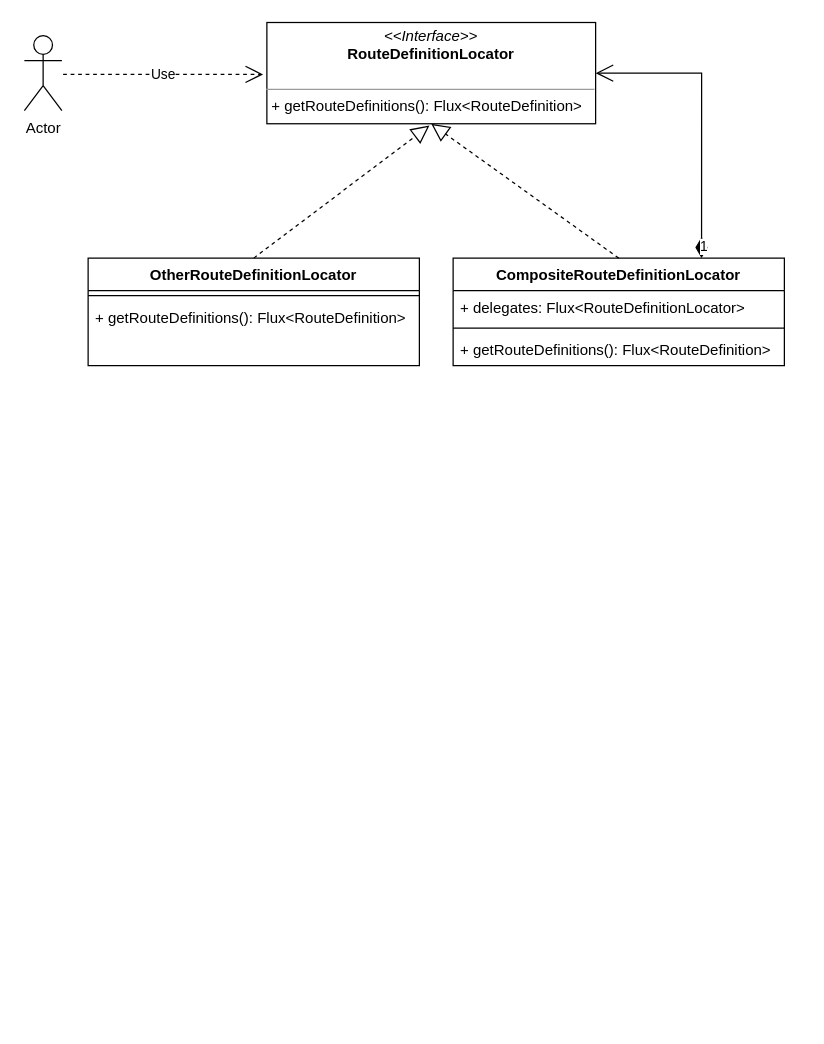
The draw.io diagram gateway路由构建.drawio in ddmcc/draw.io-repo, before the edit. Source tidied: cells renumbered, new cells numbered last; positions are measured from the earlier drawing's top-left corner, leaving out a move shared by most shapes. Both pictures are drawn from the tidied source at 125%, with x=0, y=0 at pixel (24, 21).
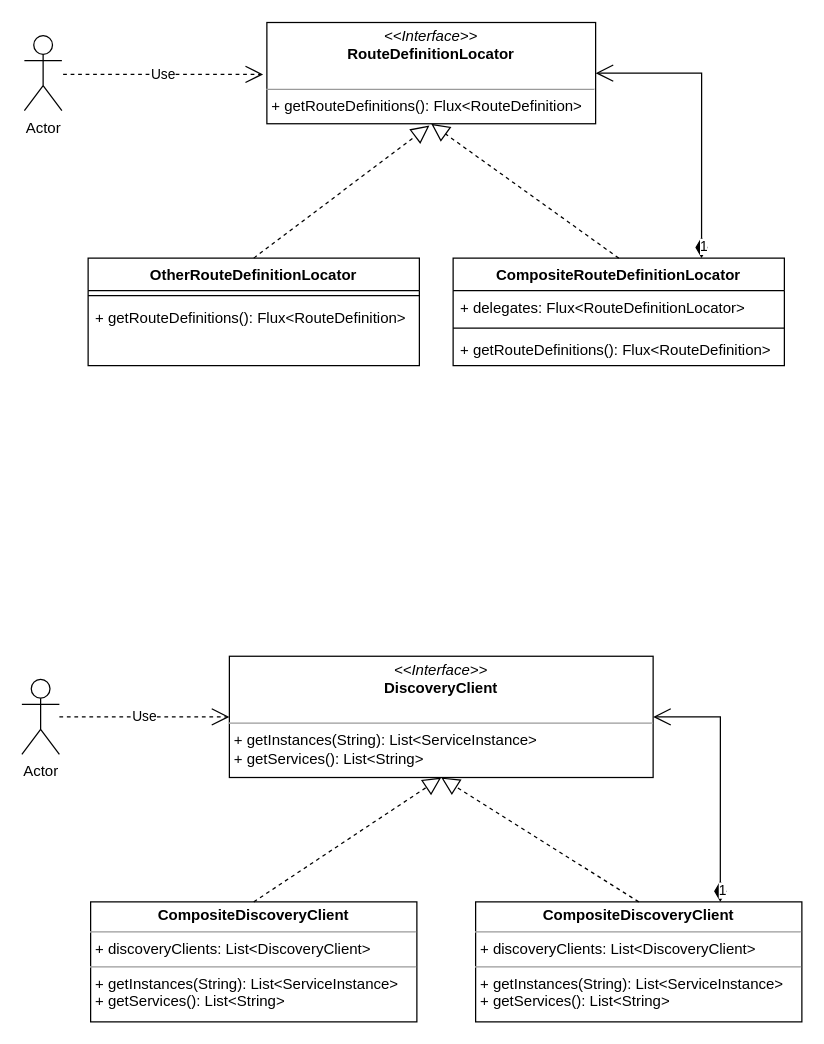
Above is the later version.

Commit message:
更新gateway路由构建.drawio

Change to the diagram source:
```diff
@@
+    <mxCell id="15" value="Actor" style="shape=umlActor;verticalLabelPosition=bottom;verticalAlign=top;html=1;" parent="1" vertex="1">
+      <mxGeometry x="-2" y="526" width="30" height="60" as="geometry" />
+    </mxCell>
+    <mxCell id="16" value="&lt;p style=&quot;margin:0px;margin-top:4px;text-align:center;&quot;&gt;&lt;i&gt;&amp;lt;&amp;lt;Interface&amp;gt;&amp;gt;&lt;/i&gt;&lt;br&gt;&lt;b&gt;DiscoveryClient&lt;/b&gt;&lt;br&gt;&lt;/p&gt;&lt;p style=&quot;margin:0px;margin-left:4px;&quot;&gt;&lt;br&gt;&lt;/p&gt;&lt;hr size=&quot;1&quot;&gt;&lt;p style=&quot;margin:0px;margin-left:4px;&quot;&gt;+ getInstances(String): List&amp;lt;ServiceInstance&amp;gt;&lt;br&gt;+ getServices(): List&amp;lt;String&amp;gt;&lt;/p&gt;" style="verticalAlign=top;align=left;overflow=fill;fontSize=12;fontFamily=Helvetica;html=1;whiteSpace=wrap;" parent="1" vertex="1">
+      <mxGeometry x="164" y="507.5" width="339" height="97" as="geometry" />
+    </mxCell>
+    <mxCell id="17" value="&lt;p style=&quot;margin:0px;margin-top:4px;text-align:center;&quot;&gt;&lt;b&gt;CompositeDiscoveryClient&lt;/b&gt;&lt;br&gt;&lt;/p&gt;&lt;hr size=&quot;1&quot;&gt;&lt;p style=&quot;margin:0px;margin-left:4px;&quot;&gt;+ discoveryClients: List&amp;lt;DiscoveryClient&amp;gt;&lt;/p&gt;&lt;hr size=&quot;1&quot;&gt;&lt;p style=&quot;margin:0px;margin-left:4px;&quot;&gt;+ getInstances(String): List&amp;lt;ServiceInstance&amp;gt;&lt;br style=&quot;border-color: var(--border-color);&quot;&gt;+ getServices(): List&amp;lt;String&amp;gt;&lt;br&gt;&lt;/p&gt;" style="verticalAlign=top;align=left;overflow=fill;fontSize=12;fontFamily=Helvetica;html=1;whiteSpace=wrap;" parent="1" vertex="1">
+      <mxGeometry x="361" y="704" width="261" height="96" as="geometry" />
+    </mxCell>
+    <mxCell id="18" value="&lt;p style=&quot;margin:0px;margin-top:4px;text-align:center;&quot;&gt;&lt;b&gt;CompositeDiscoveryClient&lt;/b&gt;&lt;br&gt;&lt;/p&gt;&lt;hr size=&quot;1&quot;&gt;&lt;p style=&quot;margin:0px;margin-left:4px;&quot;&gt;+ discoveryClients: List&amp;lt;DiscoveryClient&amp;gt;&lt;/p&gt;&lt;hr size=&quot;1&quot;&gt;&lt;p style=&quot;margin:0px;margin-left:4px;&quot;&gt;+ getInstances(String): List&amp;lt;ServiceInstance&amp;gt;&lt;br style=&quot;border-color: var(--border-color);&quot;&gt;+ getServices(): List&amp;lt;String&amp;gt;&lt;br&gt;&lt;/p&gt;" style="verticalAlign=top;align=left;overflow=fill;fontSize=12;fontFamily=Helvetica;html=1;whiteSpace=wrap;" parent="1" vertex="1">
+      <mxGeometry x="53" y="704" width="261" height="96" as="geometry" />
+    </mxCell>
+    <mxCell id="19" value="Use" style="endArrow=open;endSize=12;dashed=1;html=1;rounded=0;entryX=0;entryY=0.5;entryDx=0;entryDy=0;" parent="1" edge="1" source="15" target="16">
+      <mxGeometry relative="1" as="geometry" />
+    </mxCell>
+    <mxCell id="20" style="endArrow=block;dashed=1;endFill=0;endSize=12;html=1;rounded=0;exitX=0.5;exitY=0;exitDx=0;exitDy=0;entryX=0.5;entryY=1;entryDx=0;entryDy=0;" parent="1" edge="1" source="18" target="16">
+      <mxGeometry relative="1" as="geometry" />
+    </mxCell>
+    <mxCell id="21" style="endArrow=block;dashed=1;endFill=0;endSize=12;html=1;rounded=0;exitX=0.5;exitY=0;exitDx=0;exitDy=0;entryX=0.5;entryY=1;entryDx=0;entryDy=0;" parent="1" edge="1" source="17" target="16">
+      <mxGeometry relative="1" as="geometry" />
+    </mxCell>
+    <mxCell id="22" value="1" style="endArrow=open;html=1;endSize=12;startArrow=diamondThin;startSize=14;startFill=1;edgeStyle=orthogonalEdgeStyle;align=left;verticalAlign=bottom;rounded=0;entryX=1;entryY=0.5;entryDx=0;entryDy=0;exitX=0.75;exitY=0;exitDx=0;exitDy=0;" parent="1" edge="1" source="17" target="16">
+      <mxGeometry x="-1" y="3" relative="1" as="geometry" />
+    </mxCell>
```
